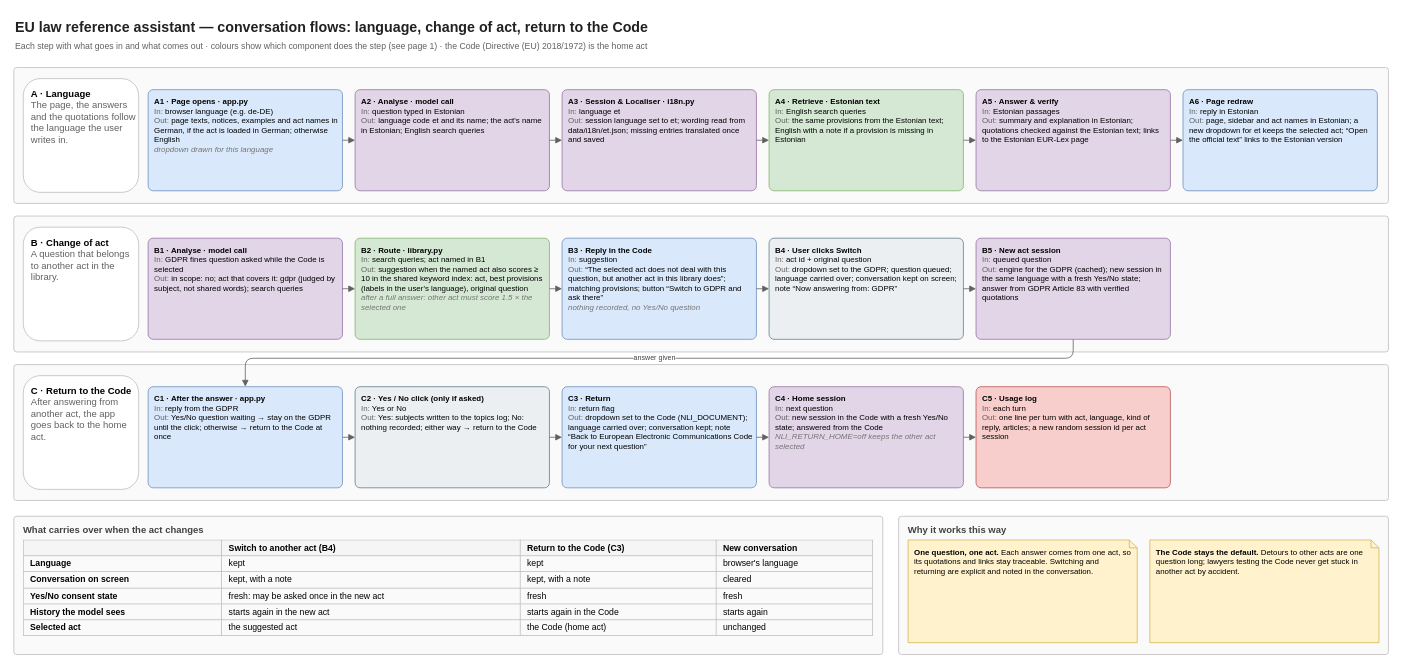
Earlier version of the draw.io diagram page "3 · Language, act switch and return" (3 of 3) of architecture/eu-law-assistant-architecture.drawio (abellouisr/eu-law-assistant). Source tidied: cells renumbered, new cells numbered last; positions are measured from the earlier drawing's top-left corner, leaving out a move shared by most shapes. Both pictures are drawn from the tidied source at 79%, with x=0, y=0 at pixel (13, 13).
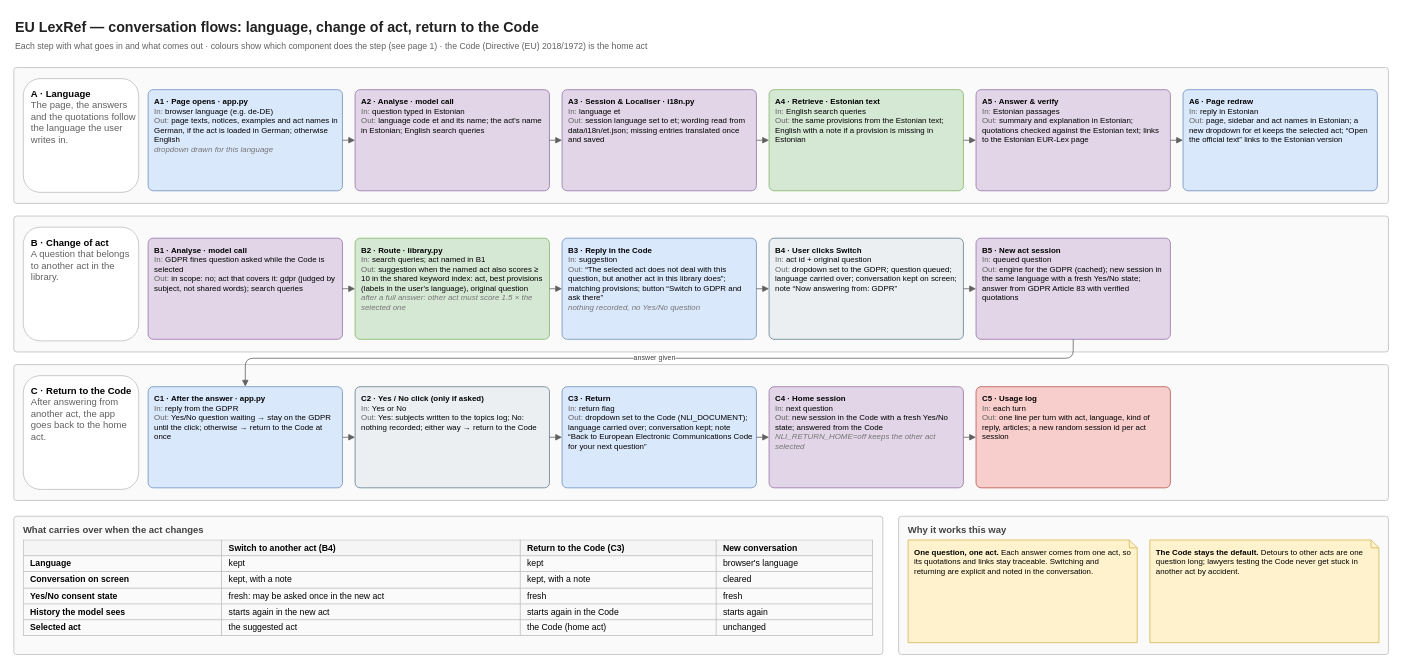
The same diagram, later.

Change to the diagram source:
```diff
@@
-    <mxCell id="2" value="EU law reference assistant — conversation flows: language, change of act, return to the Code" style="text;html=1;whiteSpace=wrap;align=left;verticalAlign=top;fontSize=18;fontColor=#212121;fontStyle=1;" parent="1" vertex="1">
+    <mxCell id="2" value="EU LexRef — conversation flows: language, change of act, return to the Code" style="text;html=1;whiteSpace=wrap;align=left;verticalAlign=top;fontSize=18;fontColor=#212121;fontStyle=1;" parent="1" vertex="1">
       <mxGeometry width="1700" height="26" as="geometry" />
     </mxCell>
```
